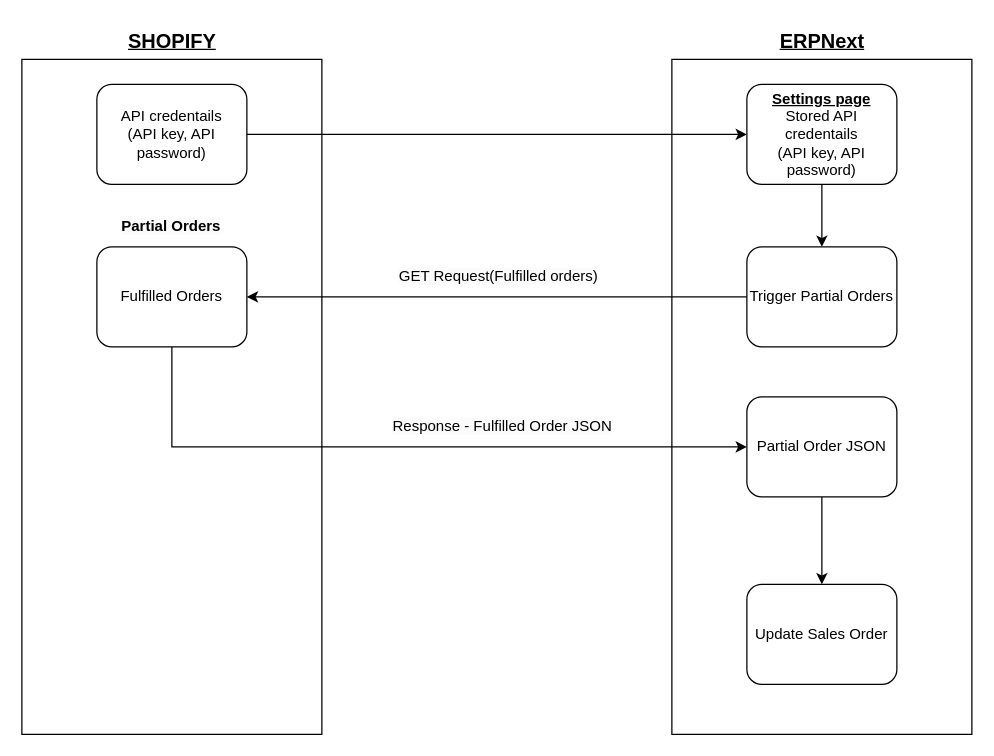
Earlier version of the draw.io diagram shopify_partial_orders.drawio (GVicky98/Shopify-API-Flow-Diagram). Source tidied: cells renumbered, new cells numbered last; positions are measured from the earlier drawing's top-left corner, leaving out a move shared by most shapes. Both pictures are drawn from the tidied source at 125%, with x=0, y=0 at pixel (21, 21).
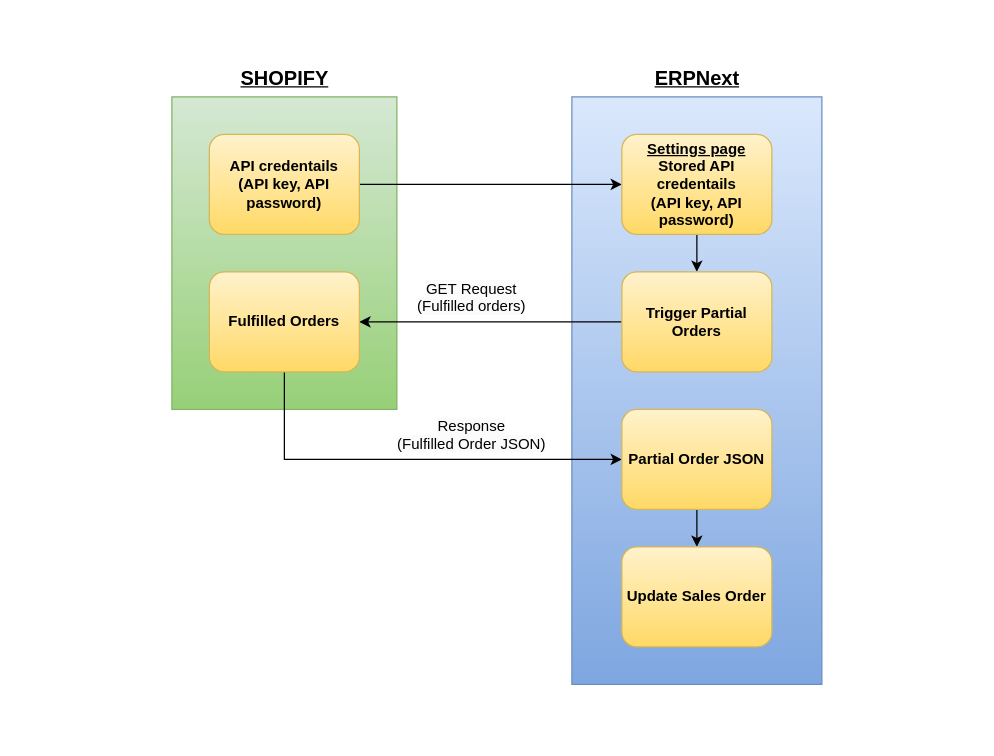
The same page after the edit.

Diff of the diagram source:
```diff
@@
-    <mxCell id="2" style="rounded=0;whiteSpace=wrap;html=1;" parent="1" vertex="1">
-      <mxGeometry y="30" width="240" height="540" as="geometry" />
+    <mxCell id="2" style="rounded=0;whiteSpace=wrap;html=1;fontStyle=1;fillColor=#d5e8d4;gradientColor=#97d077;strokeColor=#82b366;" parent="1" vertex="1">
+      <mxGeometry x="120" y="60" width="180" height="250" as="geometry" />
     </mxCell>
-    <mxCell id="3" style="rounded=0;whiteSpace=wrap;html=1;" parent="1" vertex="1">
-      <mxGeometry x="520" y="30" width="240" height="540" as="geometry" />
+    <mxCell id="3" style="rounded=0;whiteSpace=wrap;html=1;fontStyle=1;fillColor=#dae8fc;gradientColor=#7ea6e0;strokeColor=#6c8ebf;" parent="1" vertex="1">
+      <mxGeometry x="440" y="60" width="200" height="470" as="geometry" />
     </mxCell>
-    <mxCell id="4" value="&lt;b&gt;&lt;u&gt;&lt;font style=&quot;font-size: 16px;&quot;&gt;SHOPIFY&lt;/font&gt;&lt;/u&gt;&lt;/b&gt;" style="text;html=1;align=center;verticalAlign=middle;strokeColor=none;fillColor=none;" parent="1" vertex="1">
-      <mxGeometry x="75" width="90" height="30" as="geometry" />
+    <mxCell id="4" value="&lt;span&gt;&lt;u&gt;&lt;font style=&quot;font-size: 16px;&quot;&gt;SHOPIFY&lt;/font&gt;&lt;/u&gt;&lt;/span&gt;" style="text;html=1;align=center;verticalAlign=middle;strokeColor=none;fillColor=none;fontStyle=1;" parent="1" vertex="1">
+      <mxGeometry x="165" y="30" width="90" height="30" as="geometry" />
     </mxCell>
-    <mxCell id="5" value="&lt;span style=&quot;font-size: 16px;&quot;&gt;&lt;b&gt;&lt;u&gt;ERPNext&lt;br&gt;&lt;/u&gt;&lt;/b&gt;&lt;/span&gt;" style="text;html=1;align=center;verticalAlign=middle;strokeColor=none;fillColor=none;" parent="1" vertex="1">
-      <mxGeometry x="595" width="90" height="30" as="geometry" />
+    <mxCell id="5" value="&lt;span style=&quot;font-size: 16px;&quot;&gt;&lt;span&gt;&lt;u&gt;ERPNext&lt;br&gt;&lt;/u&gt;&lt;/span&gt;&lt;/span&gt;" style="text;html=1;align=center;verticalAlign=middle;strokeColor=none;fillColor=none;fontStyle=1;" parent="1" vertex="1">
+      <mxGeometry x="495" y="30" width="90" height="30" as="geometry" />
     </mxCell>
-    <mxCell id="6" style="edgeStyle=none;rounded=0;jettySize=auto;html=1;" parent="1" edge="1" source="7" target="9">
+    <mxCell id="6" style="edgeStyle=none;rounded=0;jettySize=auto;html=1;fontStyle=1;" parent="1" edge="1" source="7" target="9">
       <mxGeometry relative="1" as="geometry" />
     </mxCell>
-    <mxCell id="7" value="API credentails&lt;br&gt;(API key, API password)" style="rounded=1;whiteSpace=wrap;html=1;" parent="1" vertex="1">
-      <mxGeometry x="60" y="50" width="120" height="80" as="geometry" />
+    <mxCell id="7" value="API credentails&lt;br&gt;(API key, API password)" style="rounded=1;whiteSpace=wrap;html=1;fontStyle=1;fillColor=#fff2cc;gradientColor=#ffd966;strokeColor=#d6b656;" parent="1" vertex="1">
+      <mxGeometry x="150" y="90" width="120" height="80" as="geometry" />
     </mxCell>
-    <mxCell id="8" style="edgeStyle=none;rounded=0;jettySize=auto;html=1;" parent="1" edge="1" source="9" target="11">
+    <mxCell id="8" style="edgeStyle=none;rounded=0;jettySize=auto;html=1;fontStyle=1;" parent="1" edge="1" source="9" target="11">
       <mxGeometry relative="1" as="geometry" />
     </mxCell>
-    <mxCell id="9" value="&lt;b&gt;&lt;u&gt;Settings page&lt;/u&gt;&lt;/b&gt;&lt;br&gt;Stored API credentails&lt;br&gt;(API key, API password)" style="rounded=1;whiteSpace=wrap;html=1;" parent="1" vertex="1">
-      <mxGeometry x="580" y="50" width="120" height="80" as="geometry" />
+    <mxCell id="9" value="&lt;span&gt;&lt;u&gt;Settings page&lt;/u&gt;&lt;/span&gt;&lt;br&gt;Stored API credentails&lt;br&gt;(API key, API password)" style="rounded=1;whiteSpace=wrap;html=1;fontStyle=1;fillColor=#fff2cc;gradientColor=#ffd966;strokeColor=#d6b656;" parent="1" vertex="1">
+      <mxGeometry x="480" y="90" width="120" height="80" as="geometry" />
     </mxCell>
-    <mxCell id="10" style="edgeStyle=none;rounded=0;jettySize=auto;html=1;exitX=0;exitY=0.5;exitDx=0;exitDy=0;" parent="1" edge="1" source="11" target="14">
+    <mxCell id="10" style="edgeStyle=none;rounded=0;jettySize=auto;html=1;exitX=0;exitY=0.5;exitDx=0;exitDy=0;fontStyle=1;" parent="1" edge="1" source="11" target="14">
       <mxGeometry relative="1" as="geometry" />
     </mxCell>
-    <mxCell id="11" value="Trigger Partial Orders" style="rounded=1;whiteSpace=wrap;html=1;" parent="1" vertex="1">
-      <mxGeometry x="580" y="180" width="120" height="80" as="geometry" />
+    <mxCell id="11" value="Trigger Partial Orders" style="rounded=1;whiteSpace=wrap;html=1;fontStyle=1;fillColor=#fff2cc;gradientColor=#ffd966;strokeColor=#d6b656;" parent="1" vertex="1">
+      <mxGeometry x="480" y="200" width="120" height="80" as="geometry" />
     </mxCell>
-    <mxCell id="12" value="&lt;span style=&quot;color: rgb(0, 0, 0); font-family: Helvetica; font-size: 12px; font-style: normal; font-variant-ligatures: normal; font-variant-caps: normal; font-weight: 400; letter-spacing: normal; orphans: 2; text-align: center; text-indent: 0px; text-transform: none; widows: 2; word-spacing: 0px; -webkit-text-stroke-width: 0px; background-color: rgb(251, 251, 251); text-decoration-thickness: initial; text-decoration-style: initial; text-decoration-color: initial; float: none; display: inline !important;&quot;&gt;GET Request(Fulfilled orders)&lt;/span&gt;" style="text;whiteSpace=wrap;html=1;" parent="1" vertex="1">
-      <mxGeometry x="300" y="190" width="170" height="40" as="geometry" />
+    <mxCell id="12" value="&lt;span style=&quot;color: rgb(0, 0, 0); font-family: Helvetica; font-size: 12px; font-style: normal; font-variant-ligatures: normal; font-variant-caps: normal; letter-spacing: normal; orphans: 2; text-indent: 0px; text-transform: none; widows: 2; word-spacing: 0px; -webkit-text-stroke-width: 0px; background-color: rgb(251, 251, 251); text-decoration-thickness: initial; text-decoration-style: initial; text-decoration-color: initial; float: none; display: inline !important;&quot;&gt;GET Request&lt;br&gt;(Fulfilled orders)&lt;/span&gt;" style="text;whiteSpace=wrap;html=1;fontStyle=0;align=center;" parent="1" vertex="1">
+      <mxGeometry x="310" y="200" width="100" height="40" as="geometry" />
     </mxCell>
-    <mxCell id="13" style="edgeStyle=none;rounded=0;jettySize=auto;html=1;entryX=0;entryY=0.5;entryDx=0;entryDy=0;" parent="1" edge="1" source="14" target="16">
+    <mxCell id="13" style="edgeStyle=none;rounded=0;jettySize=auto;html=1;entryX=0;entryY=0.5;entryDx=0;entryDy=0;fontStyle=1;" parent="1" edge="1" source="14" target="16">
       <mxGeometry relative="1" as="geometry">
         <Array as="points">
-          <mxPoint x="120" y="340" />
+          <mxPoint x="210" y="350" />
         </Array>
       </mxGeometry>
     </mxCell>
-    <mxCell id="14" value="Fulfilled Orders" style="rounded=1;whiteSpace=wrap;html=1;" parent="1" vertex="1">
-      <mxGeometry x="60" y="180" width="120" height="80" as="geometry" />
+    <mxCell id="14" value="Fulfilled Orders" style="rounded=1;whiteSpace=wrap;html=1;fontStyle=1;fillColor=#fff2cc;gradientColor=#ffd966;strokeColor=#d6b656;" parent="1" vertex="1">
+      <mxGeometry x="150" y="200" width="120" height="80" as="geometry" />
     </mxCell>
-    <mxCell id="15" style="rounded=0;jettySize=auto;html=1;" parent="1" edge="1" source="16" target="18">
+    <mxCell id="15" style="rounded=0;jettySize=auto;html=1;fontStyle=1;" parent="1" edge="1" source="16" target="18">
       <mxGeometry relative="1" as="geometry" />
     </mxCell>
-    <mxCell id="16" value="Partial Order JSON" style="rounded=1;whiteSpace=wrap;html=1;" parent="1" vertex="1">
-      <mxGeometry x="580" y="300" width="120" height="80" as="geometry" />
+    <mxCell id="16" value="Partial Order JSON" style="rounded=1;whiteSpace=wrap;html=1;fontStyle=1;fillColor=#fff2cc;gradientColor=#ffd966;strokeColor=#d6b656;" parent="1" vertex="1">
+      <mxGeometry x="480" y="310" width="120" height="80" as="geometry" />
     </mxCell>
-    <mxCell id="17" value="&lt;span style=&quot;color: rgb(0, 0, 0); font-family: Helvetica; font-size: 12px; font-style: normal; font-variant-ligatures: normal; font-variant-caps: normal; font-weight: 400; letter-spacing: normal; orphans: 2; text-align: center; text-indent: 0px; text-transform: none; widows: 2; word-spacing: 0px; -webkit-text-stroke-width: 0px; background-color: rgb(251, 251, 251); text-decoration-thickness: initial; text-decoration-style: initial; text-decoration-color: initial; float: none; display: inline !important;&quot;&gt;Response - Fulfilled Order JSON&lt;/span&gt;" style="text;whiteSpace=wrap;html=1;" parent="1" vertex="1">
-      <mxGeometry x="295" y="310" width="180" height="40" as="geometry" />
+    <mxCell id="17" value="&lt;span style=&quot;color: rgb(0, 0, 0); font-family: Helvetica; font-size: 12px; font-style: normal; font-variant-ligatures: normal; font-variant-caps: normal; letter-spacing: normal; orphans: 2; text-indent: 0px; text-transform: none; widows: 2; word-spacing: 0px; -webkit-text-stroke-width: 0px; background-color: rgb(251, 251, 251); text-decoration-thickness: initial; text-decoration-style: initial; text-decoration-color: initial; float: none; display: inline !important;&quot;&gt;Response&lt;br&gt;(Fulfilled Order JSON)&lt;/span&gt;" style="text;whiteSpace=wrap;html=1;fontStyle=0;align=center;" parent="1" vertex="1">
+      <mxGeometry x="270" y="310" width="180" height="40" as="geometry" />
     </mxCell>
-    <mxCell id="18" value="Update Sales Order" style="rounded=1;whiteSpace=wrap;html=1;" parent="1" vertex="1">
-      <mxGeometry x="580" y="450" width="120" height="80" as="geometry" />
+    <mxCell id="18" value="Update Sales Order" style="rounded=1;whiteSpace=wrap;html=1;fontStyle=1;fillColor=#fff2cc;gradientColor=#ffd966;strokeColor=#d6b656;" parent="1" vertex="1">
+      <mxGeometry x="480" y="420" width="120" height="80" as="geometry" />
     </mxCell>
-    <mxCell id="19" value="&lt;span style=&quot;color: rgb(0, 0, 0); font-family: Helvetica; font-size: 12px; font-style: normal; font-variant-ligatures: normal; font-variant-caps: normal; letter-spacing: normal; orphans: 2; text-align: center; text-indent: 0px; text-transform: none; widows: 2; word-spacing: 0px; -webkit-text-stroke-width: 0px; background-color: rgb(251, 251, 251); text-decoration-thickness: initial; text-decoration-style: initial; text-decoration-color: initial; float: none; display: inline !important;&quot;&gt;Partial Orders&lt;/span&gt;" style="text;whiteSpace=wrap;html=1;fontStyle=1;" parent="1" vertex="1">
-      <mxGeometry x="77.5" y="150" width="85" height="30" as="geometry" />
-    </mxCell>
```
